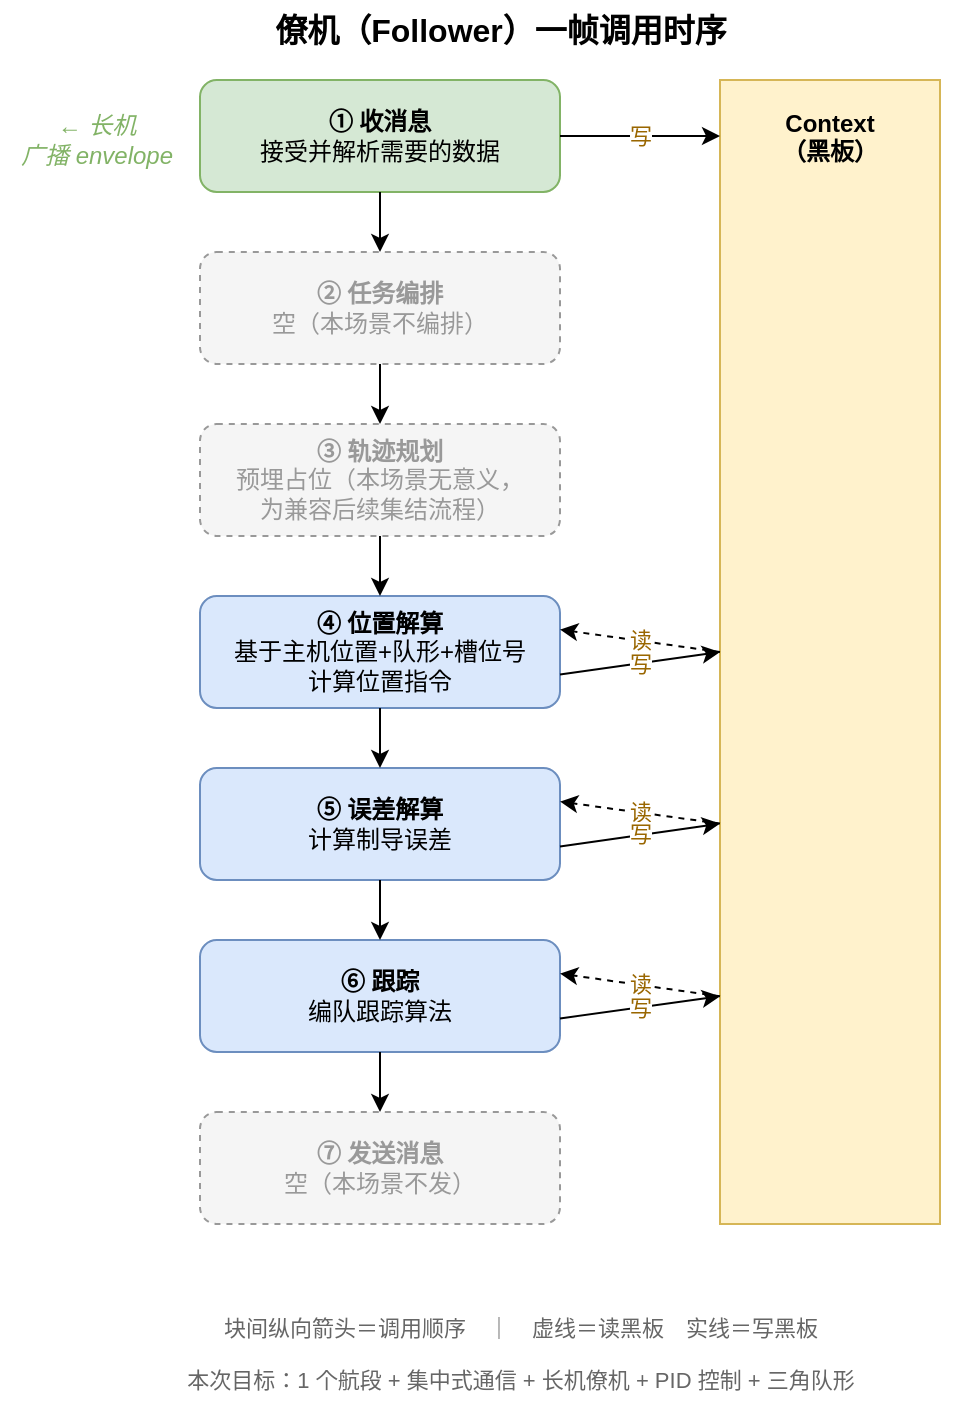
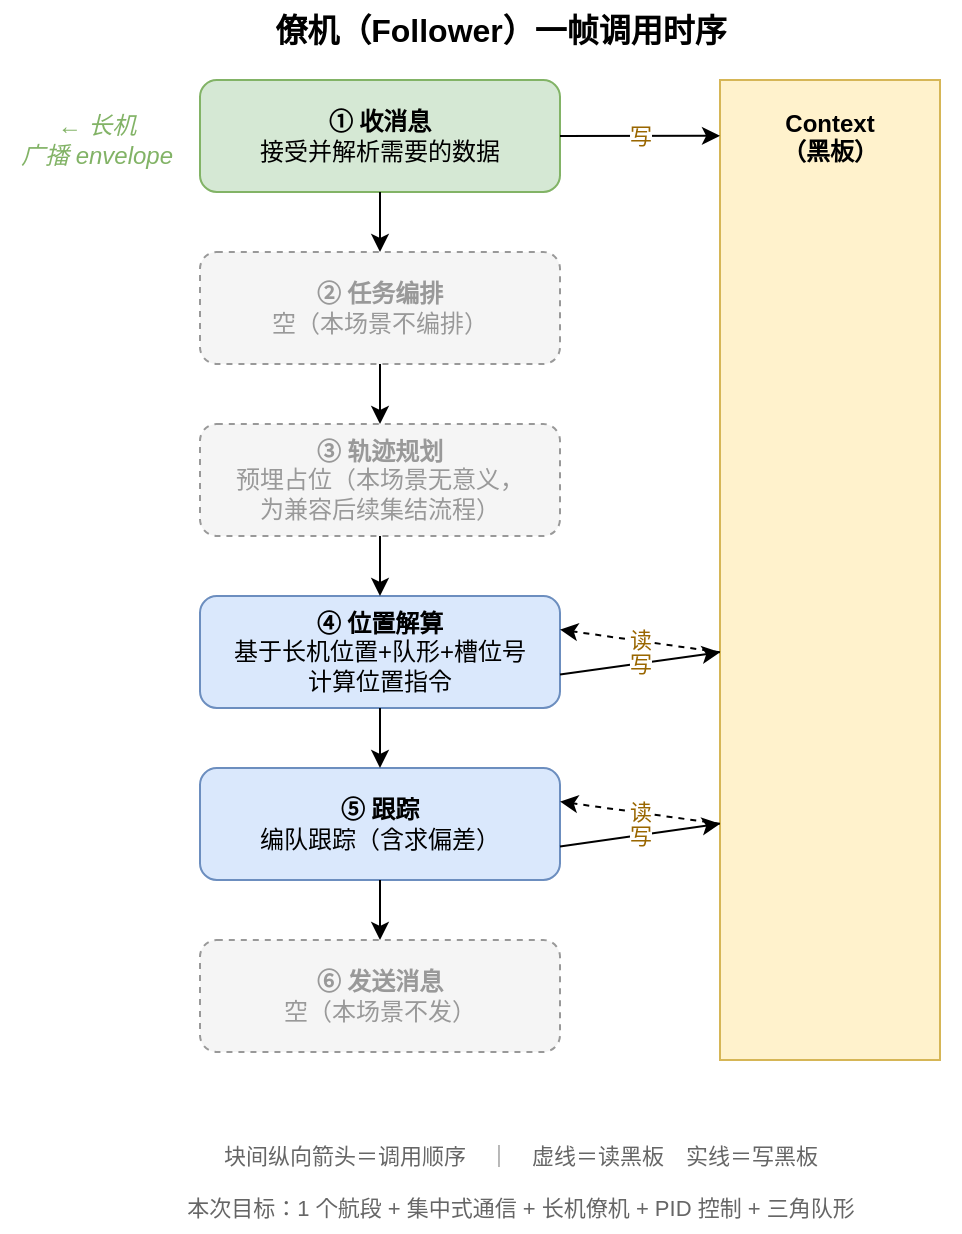
<mxfile host="app.diagrams.net">
  <diagram name="僚机调用时序" id="follower-seq">
-     <mxGraphModel dx="800" dy="600" grid="0" gridSize="10" guides="1" tooltips="1" connect="1" arrows="1" fold="1" page="1" pageScale="1" pageWidth="520" pageHeight="760" math="0" shadow="0">
+     <mxGraphModel dx="800" dy="600" grid="0" gridSize="10" guides="1" tooltips="1" connect="1" arrows="1" fold="1" page="1" pageScale="1" pageWidth="520" pageHeight="700" math="0" shadow="0">
      <root>
        <mxCell id="0" />
        <mxCell id="1" parent="0" />
        <mxCell id="title" value="僚机（Follower）一帧调用时序" style="text;html=1;align=center;verticalAlign=middle;fontStyle=1;fontSize=16;" vertex="1" parent="1">
          <mxGeometry x="90" y="8" width="320" height="30" as="geometry" />
        </mxCell>
        <mxCell id="ctx" value="Context&#10;（黑板）" style="rounded=0;whiteSpace=wrap;html=1;fillColor=#fff2cc;strokeColor=#d6b656;verticalAlign=top;fontStyle=1;spacingTop=8;" vertex="1" parent="1">
-           <mxGeometry x="360" y="48" width="110" height="572" as="geometry" />
+           <mxGeometry x="360" y="48" width="110" height="490" as="geometry" />
        </mxCell>
        <mxCell id="s1" value="&lt;b&gt;① 收消息&lt;/b&gt;&lt;br&gt;接受并解析需要的数据" style="rounded=1;whiteSpace=wrap;html=1;fillColor=#d5e8d4;strokeColor=#82b366;verticalAlign=middle;" vertex="1" parent="1">
          <mxGeometry x="100" y="48" width="180" height="56" as="geometry" />
        </mxCell>
        <mxCell id="s2" value="&lt;b&gt;② 任务编排&lt;/b&gt;&lt;br&gt;空（本场景不编排）" style="rounded=1;whiteSpace=wrap;html=1;fillColor=#f5f5f5;strokeColor=#999999;dashed=1;fontColor=#999999;verticalAlign=middle;" vertex="1" parent="1">
          <mxGeometry x="100" y="134" width="180" height="56" as="geometry" />
        </mxCell>
        <mxCell id="s3" value="&lt;b&gt;③ 轨迹规划&lt;/b&gt;&lt;br&gt;预埋占位（本场景无意义，&#10;为兼容后续集结流程）" style="rounded=1;whiteSpace=wrap;html=1;fillColor=#f5f5f5;strokeColor=#999999;dashed=1;fontColor=#999999;verticalAlign=middle;" vertex="1" parent="1">
          <mxGeometry x="100" y="220" width="180" height="56" as="geometry" />
        </mxCell>
-         <mxCell id="s4" value="&lt;b&gt;④ 位置解算&lt;/b&gt;&lt;br&gt;基于主机位置+队形+槽位号&#10;计算位置指令" style="rounded=1;whiteSpace=wrap;html=1;fillColor=#dae8fc;strokeColor=#6c8ebf;verticalAlign=middle;" vertex="1" parent="1">
+         <mxCell id="s4" value="&lt;b&gt;④ 位置解算&lt;/b&gt;&lt;br&gt;基于长机位置+队形+槽位号&#10;计算位置指令" style="rounded=1;whiteSpace=wrap;html=1;fillColor=#dae8fc;strokeColor=#6c8ebf;verticalAlign=middle;" vertex="1" parent="1">
          <mxGeometry x="100" y="306" width="180" height="56" as="geometry" />
        </mxCell>
-         <mxCell id="s5" value="&lt;b&gt;⑤ 误差解算&lt;/b&gt;&lt;br&gt;计算制导误差" style="rounded=1;whiteSpace=wrap;html=1;fillColor=#dae8fc;strokeColor=#6c8ebf;verticalAlign=middle;" vertex="1" parent="1">
+         <mxCell id="s5" value="&lt;b&gt;⑤ 跟踪&lt;/b&gt;&lt;br&gt;编队跟踪（含求偏差）" style="rounded=1;whiteSpace=wrap;html=1;fillColor=#dae8fc;strokeColor=#6c8ebf;verticalAlign=middle;" vertex="1" parent="1">
          <mxGeometry x="100" y="392" width="180" height="56" as="geometry" />
        </mxCell>
-         <mxCell id="s6" value="&lt;b&gt;⑥ 跟踪&lt;/b&gt;&lt;br&gt;编队跟踪算法" style="rounded=1;whiteSpace=wrap;html=1;fillColor=#dae8fc;strokeColor=#6c8ebf;verticalAlign=middle;" vertex="1" parent="1">
+         <mxCell id="s6" value="&lt;b&gt;⑥ 发送消息&lt;/b&gt;&lt;br&gt;空（本场景不发）" style="rounded=1;whiteSpace=wrap;html=1;fillColor=#f5f5f5;strokeColor=#999999;dashed=1;fontColor=#999999;verticalAlign=middle;" vertex="1" parent="1">
          <mxGeometry x="100" y="478" width="180" height="56" as="geometry" />
-         </mxCell>
-         <mxCell id="s7" value="&lt;b&gt;⑦ 发送消息&lt;/b&gt;&lt;br&gt;空（本场景不发）" style="rounded=1;whiteSpace=wrap;html=1;fillColor=#f5f5f5;strokeColor=#999999;dashed=1;fontColor=#999999;verticalAlign=middle;" vertex="1" parent="1">
-           <mxGeometry x="100" y="564" width="180" height="56" as="geometry" />
        </mxCell>
        <mxCell id="bcast" value="← 长机&#10;广播 envelope" style="text;html=1;align=center;verticalAlign=middle;fontStyle=2;fontColor=#82b366;" vertex="1" parent="1">
          <mxGeometry x="0" y="58" width="96" height="40" as="geometry" />
        </mxCell>
        <mxCell id="legend" value="块间纵向箭头＝调用顺序　｜　虚线＝读黑板　实线＝写黑板" style="text;html=1;align=center;verticalAlign=middle;fontSize=11;fontColor=#666666;" vertex="1" parent="1">
-           <mxGeometry x="40" y="660" width="440" height="24" as="geometry" />
+           <mxGeometry x="40" y="574" width="440" height="24" as="geometry" />
        </mxCell>
        <mxCell id="note" value="本次目标：1 个航段 + 集中式通信 + 长机僚机 + PID 控制 + 三角队形" style="text;html=1;align=center;verticalAlign=middle;fontSize=11;fontColor=#666666;" vertex="1" parent="1">
-           <mxGeometry x="40" y="686" width="440" height="24" as="geometry" />
+           <mxGeometry x="40" y="600" width="440" height="24" as="geometry" />
        </mxCell>
        <mxCell id="e12" style="endArrow=classic;html=1;" edge="1" parent="1" source="s1" target="s2"><mxGeometry relative="1" as="geometry" /></mxCell>
        <mxCell id="e23" style="endArrow=classic;html=1;" edge="1" parent="1" source="s2" target="s3"><mxGeometry relative="1" as="geometry" /></mxCell>
        <mxCell id="e34" style="endArrow=classic;html=1;" edge="1" parent="1" source="s3" target="s4"><mxGeometry relative="1" as="geometry" /></mxCell>
        <mxCell id="e45" style="endArrow=classic;html=1;" edge="1" parent="1" source="s4" target="s5"><mxGeometry relative="1" as="geometry" /></mxCell>
        <mxCell id="e56" style="endArrow=classic;html=1;" edge="1" parent="1" source="s5" target="s6"><mxGeometry relative="1" as="geometry" /></mxCell>
-         <mxCell id="e67" style="endArrow=classic;html=1;" edge="1" parent="1" source="s6" target="s7"><mxGeometry relative="1" as="geometry" /></mxCell>
-         <mxCell id="w1" value="写" style="endArrow=classic;html=1;fontColor=#996600;exitX=1;exitY=0.5;entryX=0;entryY=0.049;" edge="1" parent="1" source="s1" target="ctx"><mxGeometry relative="1" as="geometry" /></mxCell>
-         <mxCell id="r4" value="读" style="endArrow=classic;html=1;dashed=1;fontColor=#996600;exitX=0;exitY=0.500;entryX=1;entryY=0.3;" edge="1" parent="1" source="ctx" target="s4"><mxGeometry relative="1" as="geometry" /></mxCell>
-         <mxCell id="w4" value="写" style="endArrow=classic;html=1;fontColor=#996600;exitX=1;exitY=0.7;entryX=0;entryY=0.500;" edge="1" parent="1" source="s4" target="ctx"><mxGeometry relative="1" as="geometry" /></mxCell>
-         <mxCell id="r5" value="读" style="endArrow=classic;html=1;dashed=1;fontColor=#996600;exitX=0;exitY=0.650;entryX=1;entryY=0.3;" edge="1" parent="1" source="ctx" target="s5"><mxGeometry relative="1" as="geometry" /></mxCell>
-         <mxCell id="w5" value="写" style="endArrow=classic;html=1;fontColor=#996600;exitX=1;exitY=0.7;entryX=0;entryY=0.650;" edge="1" parent="1" source="s5" target="ctx"><mxGeometry relative="1" as="geometry" /></mxCell>
-         <mxCell id="r6" value="读" style="endArrow=classic;html=1;dashed=1;fontColor=#996600;exitX=0;exitY=0.801;entryX=1;entryY=0.3;" edge="1" parent="1" source="ctx" target="s6"><mxGeometry relative="1" as="geometry" /></mxCell>
-         <mxCell id="w6" value="写" style="endArrow=classic;html=1;fontColor=#996600;exitX=1;exitY=0.7;entryX=0;entryY=0.801;" edge="1" parent="1" source="s6" target="ctx"><mxGeometry relative="1" as="geometry" /></mxCell>
+         <mxCell id="w1" value="写" style="endArrow=classic;html=1;fontColor=#996600;exitX=1;exitY=0.5;entryX=0;entryY=0.057;" edge="1" parent="1" source="s1" target="ctx"><mxGeometry relative="1" as="geometry" /></mxCell>
+         <mxCell id="r4" value="读" style="endArrow=classic;html=1;dashed=1;fontColor=#996600;exitX=0;exitY=0.584;entryX=1;entryY=0.3;" edge="1" parent="1" source="ctx" target="s4"><mxGeometry relative="1" as="geometry" /></mxCell>
+         <mxCell id="w4" value="写" style="endArrow=classic;html=1;fontColor=#996600;exitX=1;exitY=0.7;entryX=0;entryY=0.584;" edge="1" parent="1" source="s4" target="ctx"><mxGeometry relative="1" as="geometry" /></mxCell>
+         <mxCell id="r5" value="读" style="endArrow=classic;html=1;dashed=1;fontColor=#996600;exitX=0;exitY=0.759;entryX=1;entryY=0.3;" edge="1" parent="1" source="ctx" target="s5"><mxGeometry relative="1" as="geometry" /></mxCell>
+         <mxCell id="w5" value="写" style="endArrow=classic;html=1;fontColor=#996600;exitX=1;exitY=0.7;entryX=0;entryY=0.759;" edge="1" parent="1" source="s5" target="ctx"><mxGeometry relative="1" as="geometry" /></mxCell>
      </root>
    </mxGraphModel>
  </diagram>
</mxfile>
